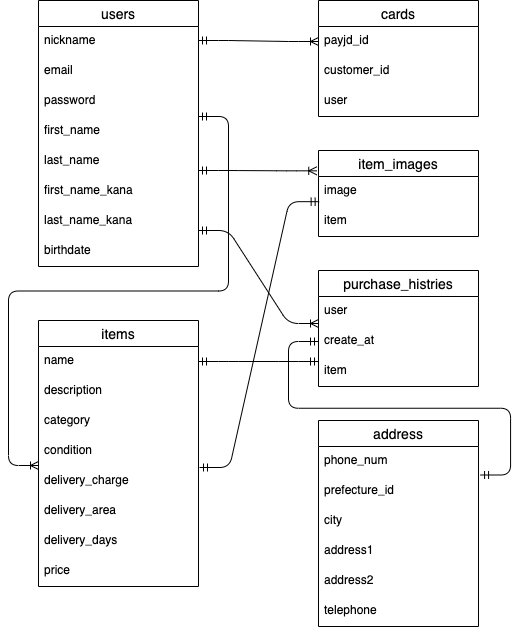
masataka-creator/furima-29611 keeps this draw.io diagram as ER.drawio.png. Above is the earlier version. Source tidied: cells renumbered, new cells last; positions are measured from the earlier drawing's top-left corner, leaving out a move shared by most shapes. The source it was exported from:
```xml
<mxGraphModel>
  <root>
    <mxCell id="0" />
    <mxCell id="1" parent="0" />
    <mxCell id="2" value="users" style="swimlane;fontStyle=0;horizontal=1;startSize=26;align=center;fontSize=14;" parent="1" vertex="1">
      <mxGeometry width="160" height="266" as="geometry" />
    </mxCell>
    <mxCell id="3" value="nickname" style="text;strokeColor=none;fillColor=none;spacingLeft=4;spacingRight=4;overflow=hidden;fontSize=12;" parent="2" vertex="1">
      <mxGeometry y="26" width="160" height="30" as="geometry" />
    </mxCell>
    <mxCell id="4" value="email" style="text;strokeColor=none;fillColor=none;spacingLeft=4;spacingRight=4;overflow=hidden;fontSize=12;" parent="2" vertex="1">
      <mxGeometry y="56" width="160" height="30" as="geometry" />
    </mxCell>
    <mxCell id="5" value="password" style="text;strokeColor=none;fillColor=none;spacingLeft=4;spacingRight=4;overflow=hidden;fontSize=12;" parent="2" vertex="1">
      <mxGeometry y="86" width="160" height="30" as="geometry" />
    </mxCell>
    <mxCell id="6" value="first_name" style="text;strokeColor=none;fillColor=none;spacingLeft=4;spacingRight=4;overflow=hidden;fontSize=12;" parent="2" vertex="1">
      <mxGeometry y="116" width="160" height="30" as="geometry" />
    </mxCell>
    <mxCell id="7" value="last_name" style="text;strokeColor=none;fillColor=none;spacingLeft=4;spacingRight=4;overflow=hidden;fontSize=12;" parent="2" vertex="1">
      <mxGeometry y="146" width="160" height="30" as="geometry" />
    </mxCell>
    <mxCell id="8" value="first_name_kana" style="text;strokeColor=none;fillColor=none;spacingLeft=4;spacingRight=4;overflow=hidden;fontSize=12;" parent="2" vertex="1">
      <mxGeometry y="176" width="160" height="30" as="geometry" />
    </mxCell>
    <mxCell id="9" value="last_name_kana" style="text;strokeColor=none;fillColor=none;spacingLeft=4;spacingRight=4;overflow=hidden;fontSize=12;" parent="2" vertex="1">
      <mxGeometry y="206" width="160" height="30" as="geometry" />
    </mxCell>
    <mxCell id="10" value="birthdate" style="text;strokeColor=none;fillColor=none;spacingLeft=4;spacingRight=4;overflow=hidden;fontSize=12;" parent="2" vertex="1">
      <mxGeometry y="236" width="160" height="30" as="geometry" />
    </mxCell>
    <mxCell id="11" value="cards" style="swimlane;fontStyle=0;horizontal=1;startSize=26;align=center;fontSize=14;" parent="1" vertex="1">
      <mxGeometry x="280" width="160" height="116" as="geometry" />
    </mxCell>
    <mxCell id="12" value="payjd_id" style="text;strokeColor=none;fillColor=none;spacingLeft=4;spacingRight=4;overflow=hidden;points=[[0,0.5],[1,0.5]];portConstraint=eastwest;fontSize=12;" parent="11" vertex="1">
      <mxGeometry y="26" width="160" height="30" as="geometry" />
    </mxCell>
    <mxCell id="13" value="customer_id" style="text;strokeColor=none;fillColor=none;spacingLeft=4;spacingRight=4;overflow=hidden;fontSize=12;" parent="11" vertex="1">
      <mxGeometry y="56" width="160" height="30" as="geometry" />
    </mxCell>
    <mxCell id="14" value="user" style="text;strokeColor=none;fillColor=none;spacingLeft=4;spacingRight=4;overflow=hidden;fontSize=12;" parent="11" vertex="1">
      <mxGeometry y="86" width="160" height="30" as="geometry" />
    </mxCell>
    <mxCell id="15" value="items" style="swimlane;fontStyle=0;horizontal=1;startSize=26;align=center;fontSize=14;" parent="1" vertex="1">
      <mxGeometry y="320" width="160" height="266" as="geometry" />
    </mxCell>
    <mxCell id="16" value="name" style="text;strokeColor=none;fillColor=none;spacingLeft=4;spacingRight=4;overflow=hidden;points=[[0,0.5],[1,0.5]];portConstraint=eastwest;fontSize=12;" parent="15" vertex="1">
      <mxGeometry y="26" width="160" height="30" as="geometry" />
    </mxCell>
    <mxCell id="17" value="description" style="text;strokeColor=none;fillColor=none;spacingLeft=4;spacingRight=4;overflow=hidden;fontSize=12;" parent="15" vertex="1">
      <mxGeometry y="56" width="160" height="30" as="geometry" />
    </mxCell>
    <mxCell id="18" value="category" style="text;strokeColor=none;fillColor=none;spacingLeft=4;spacingRight=4;overflow=hidden;fontSize=12;" parent="15" vertex="1">
      <mxGeometry y="86" width="160" height="30" as="geometry" />
    </mxCell>
    <mxCell id="19" value="condition" style="text;strokeColor=none;fillColor=none;spacingLeft=4;spacingRight=4;overflow=hidden;points=[[0,0.5],[1,0.5]];portConstraint=eastwest;fontSize=12;" parent="15" vertex="1">
      <mxGeometry y="116" width="160" height="30" as="geometry" />
    </mxCell>
    <mxCell id="20" value="delivery_charge" style="text;strokeColor=none;fillColor=none;spacingLeft=4;spacingRight=4;overflow=hidden;fontSize=12;" parent="15" vertex="1">
      <mxGeometry y="146" width="160" height="30" as="geometry" />
    </mxCell>
    <mxCell id="21" value="delivery_area" style="text;strokeColor=none;fillColor=none;spacingLeft=4;spacingRight=4;overflow=hidden;fontSize=12;" parent="15" vertex="1">
      <mxGeometry y="176" width="160" height="30" as="geometry" />
    </mxCell>
    <mxCell id="22" value="delivery_days" style="text;strokeColor=none;fillColor=none;spacingLeft=4;spacingRight=4;overflow=hidden;fontSize=12;" parent="15" vertex="1">
      <mxGeometry y="206" width="160" height="30" as="geometry" />
    </mxCell>
    <mxCell id="23" value="price" style="text;strokeColor=none;fillColor=none;spacingLeft=4;spacingRight=4;overflow=hidden;fontSize=12;" parent="15" vertex="1">
      <mxGeometry y="236" width="160" height="30" as="geometry" />
    </mxCell>
    <mxCell id="24" value="item_images" style="swimlane;fontStyle=0;horizontal=1;startSize=26;align=center;fontSize=14;" parent="1" vertex="1">
      <mxGeometry x="280" y="150" width="160" height="86" as="geometry" />
    </mxCell>
    <mxCell id="25" value="image" style="text;strokeColor=none;fillColor=none;spacingLeft=4;spacingRight=4;overflow=hidden;points=[[0,0.5],[1,0.5]];portConstraint=eastwest;fontSize=12;" parent="24" vertex="1">
      <mxGeometry y="26" width="160" height="30" as="geometry" />
    </mxCell>
    <mxCell id="26" value="item" style="text;strokeColor=none;fillColor=none;spacingLeft=4;spacingRight=4;overflow=hidden;fontSize=12;" parent="24" vertex="1">
      <mxGeometry y="56" width="160" height="30" as="geometry" />
    </mxCell>
    <mxCell id="27" value="purchase_histries" style="swimlane;fontStyle=0;horizontal=1;startSize=26;align=center;fontSize=14;" parent="1" vertex="1">
      <mxGeometry x="280" y="270" width="160" height="116" as="geometry" />
    </mxCell>
    <mxCell id="28" value="user" style="text;strokeColor=none;fillColor=none;spacingLeft=4;spacingRight=4;overflow=hidden;points=[[0,0.5],[1,0.5]];portConstraint=eastwest;fontSize=12;" parent="27" vertex="1">
      <mxGeometry y="26" width="160" height="30" as="geometry" />
    </mxCell>
    <mxCell id="29" style="edgeStyle=entityRelationEdgeStyle;fontSize=12;html=1;endArrow=ERoneToMany;startArrow=ERmandOne;" parent="27" edge="1">
      <mxGeometry relative="1" as="geometry">
        <mxPoint x="-120" y="-40" as="sourcePoint" />
        <mxPoint y="53" as="targetPoint" />
      </mxGeometry>
    </mxCell>
    <mxCell id="30" value="create_at" style="text;strokeColor=none;fillColor=none;spacingLeft=4;spacingRight=4;overflow=hidden;points=[[0,0.5],[1,0.5]];portConstraint=eastwest;fontSize=12;" parent="27" vertex="1">
      <mxGeometry y="56" width="160" height="30" as="geometry" />
    </mxCell>
    <mxCell id="31" value="item" style="text;strokeColor=none;fillColor=none;spacingLeft=4;spacingRight=4;overflow=hidden;points=[[0,0.5],[1,0.5]];portConstraint=eastwest;fontSize=12;" parent="27" vertex="1">
      <mxGeometry y="86" width="160" height="30" as="geometry" />
    </mxCell>
    <mxCell id="32" style="edgeStyle=entityRelationEdgeStyle;fontSize=12;html=1;endArrow=ERoneToMany;startArrow=ERmandOne;entryX=0;entryY=0.5;entryDx=0;entryDy=0;" parent="1" edge="1" target="12">
      <mxGeometry relative="1" as="geometry">
        <mxPoint x="160" y="40" as="sourcePoint" />
      </mxGeometry>
    </mxCell>
    <mxCell id="33" style="edgeStyle=entityRelationEdgeStyle;fontSize=12;html=1;endArrow=ERmandOne;startArrow=ERmandOne;entryX=0.004;entryY=0.839;entryDx=0;entryDy=0;entryPerimeter=0;" parent="1" edge="1" target="25">
      <mxGeometry relative="1" as="geometry">
        <mxPoint x="161" y="467" as="sourcePoint" />
      </mxGeometry>
    </mxCell>
    <mxCell id="34" style="edgeStyle=entityRelationEdgeStyle;fontSize=12;html=1;endArrow=ERoneToMany;startArrow=ERmandOne;" parent="1" edge="1">
      <mxGeometry relative="1" as="geometry">
        <mxPoint x="160" y="116" as="sourcePoint" />
        <mxPoint y="465" as="targetPoint" />
      </mxGeometry>
    </mxCell>
    <mxCell id="35" style="edgeStyle=entityRelationEdgeStyle;fontSize=12;html=1;endArrow=ERoneToMany;startArrow=ERmandOne;entryX=-0.011;entryY=-0.189;entryDx=0;entryDy=0;entryPerimeter=0;" parent="1" edge="1" target="25">
      <mxGeometry relative="1" as="geometry">
        <mxPoint x="160" y="170" as="sourcePoint" />
      </mxGeometry>
    </mxCell>
    <mxCell id="36" style="edgeStyle=entityRelationEdgeStyle;fontSize=12;html=1;endArrow=ERmandOne;startArrow=ERmandOne;exitX=1;exitY=0.5;exitDx=0;exitDy=0;entryX=0;entryY=0.167;entryDx=0;entryDy=0;entryPerimeter=0;" parent="1" edge="1" source="16" target="31">
      <mxGeometry relative="1" as="geometry" />
    </mxCell>
    <mxCell id="37" value="address" style="swimlane;fontStyle=0;horizontal=1;startSize=26;align=center;fontSize=14;" parent="1" vertex="1">
      <mxGeometry x="280" y="420" width="160" height="206" as="geometry" />
    </mxCell>
    <mxCell id="38" value="phone_num" style="text;strokeColor=none;fillColor=none;spacingLeft=4;spacingRight=4;overflow=hidden;points=[[0,0.5],[1,0.5]];portConstraint=eastwest;fontSize=12;" parent="37" vertex="1">
      <mxGeometry y="26" width="160" height="30" as="geometry" />
    </mxCell>
    <mxCell id="39" value="prefecture_id" style="text;strokeColor=none;fillColor=none;spacingLeft=4;spacingRight=4;overflow=hidden;points=[[0,0.5],[1,0.5]];portConstraint=eastwest;fontSize=12;" parent="37" vertex="1">
      <mxGeometry y="56" width="160" height="30" as="geometry" />
    </mxCell>
    <mxCell id="40" value="city" style="text;strokeColor=none;fillColor=none;spacingLeft=4;spacingRight=4;overflow=hidden;fontSize=12;" parent="37" vertex="1">
      <mxGeometry y="86" width="160" height="30" as="geometry" />
    </mxCell>
    <mxCell id="41" value="address1" style="text;strokeColor=none;fillColor=none;spacingLeft=4;spacingRight=4;overflow=hidden;fontSize=12;" parent="37" vertex="1">
      <mxGeometry y="116" width="160" height="30" as="geometry" />
    </mxCell>
    <mxCell id="42" value="address2" style="text;strokeColor=none;fillColor=none;spacingLeft=4;spacingRight=4;overflow=hidden;fontSize=12;" parent="37" vertex="1">
      <mxGeometry y="146" width="160" height="30" as="geometry" />
    </mxCell>
    <mxCell id="43" value="telephone" style="text;strokeColor=none;fillColor=none;spacingLeft=4;spacingRight=4;overflow=hidden;fontSize=12;" parent="37" vertex="1">
      <mxGeometry y="176" width="160" height="30" as="geometry" />
    </mxCell>
    <mxCell id="44" style="edgeStyle=entityRelationEdgeStyle;fontSize=12;html=1;endArrow=ERmandOne;startArrow=ERmandOne;exitX=1.013;exitY=0.95;exitDx=0;exitDy=0;exitPerimeter=0;entryX=0;entryY=0.5;entryDx=0;entryDy=0;" parent="1" edge="1" source="38" target="30">
      <mxGeometry relative="1" as="geometry" />
    </mxCell>
  </root>
</mxGraphModel>
```
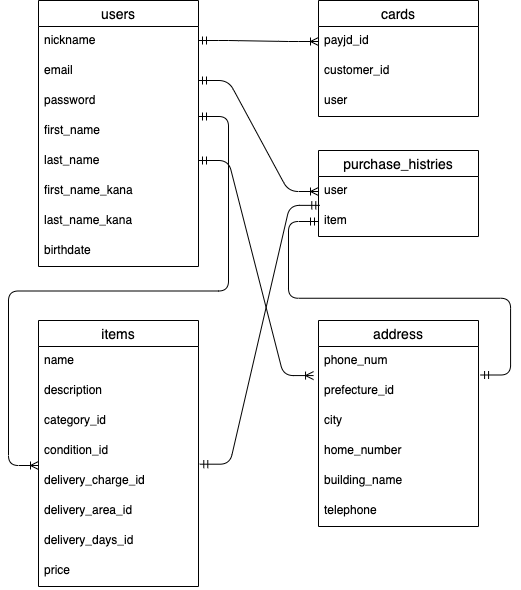
After the change.

The edit, as a diff of the source:
```diff
@@ -50,77 +50,45 @@
     <mxCell id="17" value="description" style="text;strokeColor=none;fillColor=none;spacingLeft=4;spacingRight=4;overflow=hidden;fontSize=12;" parent="15" vertex="1">
       <mxGeometry y="56" width="160" height="30" as="geometry" />
     </mxCell>
-    <mxCell id="18" value="category" style="text;strokeColor=none;fillColor=none;spacingLeft=4;spacingRight=4;overflow=hidden;fontSize=12;" parent="15" vertex="1">
+    <mxCell id="18" value="category_id" style="text;strokeColor=none;fillColor=none;spacingLeft=4;spacingRight=4;overflow=hidden;fontSize=12;" parent="15" vertex="1">
       <mxGeometry y="86" width="160" height="30" as="geometry" />
     </mxCell>
-    <mxCell id="19" value="condition" style="text;strokeColor=none;fillColor=none;spacingLeft=4;spacingRight=4;overflow=hidden;points=[[0,0.5],[1,0.5]];portConstraint=eastwest;fontSize=12;" parent="15" vertex="1">
+    <mxCell id="19" value="condition_id" style="text;strokeColor=none;fillColor=none;spacingLeft=4;spacingRight=4;overflow=hidden;points=[[0,0.5],[1,0.5]];portConstraint=eastwest;fontSize=12;" parent="15" vertex="1">
       <mxGeometry y="116" width="160" height="30" as="geometry" />
     </mxCell>
-    <mxCell id="20" value="delivery_charge" style="text;strokeColor=none;fillColor=none;spacingLeft=4;spacingRight=4;overflow=hidden;fontSize=12;" parent="15" vertex="1">
+    <mxCell id="20" value="delivery_charge_id" style="text;strokeColor=none;fillColor=none;spacingLeft=4;spacingRight=4;overflow=hidden;fontSize=12;" parent="15" vertex="1">
       <mxGeometry y="146" width="160" height="30" as="geometry" />
     </mxCell>
-    <mxCell id="21" value="delivery_area" style="text;strokeColor=none;fillColor=none;spacingLeft=4;spacingRight=4;overflow=hidden;fontSize=12;" parent="15" vertex="1">
+    <mxCell id="21" value="delivery_area_id" style="text;strokeColor=none;fillColor=none;spacingLeft=4;spacingRight=4;overflow=hidden;fontSize=12;" parent="15" vertex="1">
       <mxGeometry y="176" width="160" height="30" as="geometry" />
     </mxCell>
-    <mxCell id="22" value="delivery_days" style="text;strokeColor=none;fillColor=none;spacingLeft=4;spacingRight=4;overflow=hidden;fontSize=12;" parent="15" vertex="1">
+    <mxCell id="22" value="delivery_days_id" style="text;strokeColor=none;fillColor=none;spacingLeft=4;spacingRight=4;overflow=hidden;fontSize=12;" parent="15" vertex="1">
       <mxGeometry y="206" width="160" height="30" as="geometry" />
     </mxCell>
     <mxCell id="23" value="price" style="text;strokeColor=none;fillColor=none;spacingLeft=4;spacingRight=4;overflow=hidden;fontSize=12;" parent="15" vertex="1">
       <mxGeometry y="236" width="160" height="30" as="geometry" />
     </mxCell>
-    <mxCell id="24" value="item_images" style="swimlane;fontStyle=0;horizontal=1;startSize=26;align=center;fontSize=14;" parent="1" vertex="1">
-      <mxGeometry x="280" y="150" width="160" height="86" as="geometry" />
-    </mxCell>
-    <mxCell id="25" value="image" style="text;strokeColor=none;fillColor=none;spacingLeft=4;spacingRight=4;overflow=hidden;points=[[0,0.5],[1,0.5]];portConstraint=eastwest;fontSize=12;" parent="24" vertex="1">
-      <mxGeometry y="26" width="160" height="30" as="geometry" />
-    </mxCell>
-    <mxCell id="26" value="item" style="text;strokeColor=none;fillColor=none;spacingLeft=4;spacingRight=4;overflow=hidden;fontSize=12;" parent="24" vertex="1">
-      <mxGeometry y="56" width="160" height="30" as="geometry" />
-    </mxCell>
-    <mxCell id="27" value="purchase_histries" style="swimlane;fontStyle=0;horizontal=1;startSize=26;align=center;fontSize=14;" parent="1" vertex="1">
-      <mxGeometry x="280" y="270" width="160" height="116" as="geometry" />
-    </mxCell>
-    <mxCell id="28" value="user" style="text;strokeColor=none;fillColor=none;spacingLeft=4;spacingRight=4;overflow=hidden;points=[[0,0.5],[1,0.5]];portConstraint=eastwest;fontSize=12;" parent="27" vertex="1">
-      <mxGeometry y="26" width="160" height="30" as="geometry" />
-    </mxCell>
-    <mxCell id="29" style="edgeStyle=entityRelationEdgeStyle;fontSize=12;html=1;endArrow=ERoneToMany;startArrow=ERmandOne;" parent="27" edge="1">
-      <mxGeometry relative="1" as="geometry">
-        <mxPoint x="-120" y="-40" as="sourcePoint" />
-        <mxPoint y="53" as="targetPoint" />
-      </mxGeometry>
-    </mxCell>
-    <mxCell id="30" value="create_at" style="text;strokeColor=none;fillColor=none;spacingLeft=4;spacingRight=4;overflow=hidden;points=[[0,0.5],[1,0.5]];portConstraint=eastwest;fontSize=12;" parent="27" vertex="1">
-      <mxGeometry y="56" width="160" height="30" as="geometry" />
-    </mxCell>
-    <mxCell id="31" value="item" style="text;strokeColor=none;fillColor=none;spacingLeft=4;spacingRight=4;overflow=hidden;points=[[0,0.5],[1,0.5]];portConstraint=eastwest;fontSize=12;" parent="27" vertex="1">
-      <mxGeometry y="86" width="160" height="30" as="geometry" />
-    </mxCell>
     <mxCell id="32" style="edgeStyle=entityRelationEdgeStyle;fontSize=12;html=1;endArrow=ERoneToMany;startArrow=ERmandOne;entryX=0;entryY=0.5;entryDx=0;entryDy=0;" parent="1" edge="1" target="12">
       <mxGeometry relative="1" as="geometry">
         <mxPoint x="160" y="40" as="sourcePoint" />
       </mxGeometry>
     </mxCell>
-    <mxCell id="33" style="edgeStyle=entityRelationEdgeStyle;fontSize=12;html=1;endArrow=ERmandOne;startArrow=ERmandOne;entryX=0.004;entryY=0.839;entryDx=0;entryDy=0;entryPerimeter=0;" parent="1" edge="1" target="25">
-      <mxGeometry relative="1" as="geometry">
-        <mxPoint x="161" y="467" as="sourcePoint" />
-      </mxGeometry>
-    </mxCell>
     <mxCell id="34" style="edgeStyle=entityRelationEdgeStyle;fontSize=12;html=1;endArrow=ERoneToMany;startArrow=ERmandOne;" parent="1" edge="1">
       <mxGeometry relative="1" as="geometry">
         <mxPoint x="160" y="116" as="sourcePoint" />
         <mxPoint y="465" as="targetPoint" />
       </mxGeometry>
     </mxCell>
-    <mxCell id="35" style="edgeStyle=entityRelationEdgeStyle;fontSize=12;html=1;endArrow=ERoneToMany;startArrow=ERmandOne;entryX=-0.011;entryY=-0.189;entryDx=0;entryDy=0;entryPerimeter=0;" parent="1" edge="1" target="25">
-      <mxGeometry relative="1" as="geometry">
-        <mxPoint x="160" y="170" as="sourcePoint" />
-      </mxGeometry>
-    </mxCell>
-    <mxCell id="36" style="edgeStyle=entityRelationEdgeStyle;fontSize=12;html=1;endArrow=ERmandOne;startArrow=ERmandOne;exitX=1;exitY=0.5;exitDx=0;exitDy=0;entryX=0;entryY=0.167;entryDx=0;entryDy=0;entryPerimeter=0;" parent="1" edge="1" source="16" target="31">
+    <mxCell id="36" style="edgeStyle=entityRelationEdgeStyle;fontSize=12;html=1;endArrow=ERmandOne;startArrow=ERmandOne;exitX=1.008;exitY=0.923;exitDx=0;exitDy=0;entryX=0.008;entryY=-0.038;entryDx=0;entryDy=0;entryPerimeter=0;exitPerimeter=0;" parent="1" edge="1" source="19" target="31">
       <mxGeometry relative="1" as="geometry" />
     </mxCell>
+    <mxCell id="44" style="edgeStyle=entityRelationEdgeStyle;fontSize=12;html=1;endArrow=ERmandOne;startArrow=ERmandOne;exitX=1.013;exitY=0.95;exitDx=0;exitDy=0;exitPerimeter=0;entryX=0;entryY=0.5;entryDx=0;entryDy=0;" parent="1" edge="1" source="38">
+      <mxGeometry relative="1" as="geometry">
+        <mxPoint x="280" y="221" as="targetPoint" />
+      </mxGeometry>
+    </mxCell>
     <mxCell id="37" value="address" style="swimlane;fontStyle=0;horizontal=1;startSize=26;align=center;fontSize=14;" parent="1" vertex="1">
-      <mxGeometry x="280" y="420" width="160" height="206" as="geometry" />
+      <mxGeometry x="280" y="320" width="160" height="206" as="geometry" />
     </mxCell>
     <mxCell id="38" value="phone_num" style="text;strokeColor=none;fillColor=none;spacingLeft=4;spacingRight=4;overflow=hidden;points=[[0,0.5],[1,0.5]];portConstraint=eastwest;fontSize=12;" parent="37" vertex="1">
       <mxGeometry y="26" width="160" height="30" as="geometry" />
@@ -131,17 +99,33 @@
     <mxCell id="40" value="city" style="text;strokeColor=none;fillColor=none;spacingLeft=4;spacingRight=4;overflow=hidden;fontSize=12;" parent="37" vertex="1">
       <mxGeometry y="86" width="160" height="30" as="geometry" />
     </mxCell>
-    <mxCell id="41" value="address1" style="text;strokeColor=none;fillColor=none;spacingLeft=4;spacingRight=4;overflow=hidden;fontSize=12;" parent="37" vertex="1">
+    <mxCell id="41" value="home_number" style="text;strokeColor=none;fillColor=none;spacingLeft=4;spacingRight=4;overflow=hidden;fontSize=12;" parent="37" vertex="1">
       <mxGeometry y="116" width="160" height="30" as="geometry" />
     </mxCell>
-    <mxCell id="42" value="address2" style="text;strokeColor=none;fillColor=none;spacingLeft=4;spacingRight=4;overflow=hidden;fontSize=12;" parent="37" vertex="1">
+    <mxCell id="42" value="building_name" style="text;strokeColor=none;fillColor=none;spacingLeft=4;spacingRight=4;overflow=hidden;fontSize=12;" parent="37" vertex="1">
       <mxGeometry y="146" width="160" height="30" as="geometry" />
     </mxCell>
     <mxCell id="43" value="telephone" style="text;strokeColor=none;fillColor=none;spacingLeft=4;spacingRight=4;overflow=hidden;fontSize=12;" parent="37" vertex="1">
       <mxGeometry y="176" width="160" height="30" as="geometry" />
     </mxCell>
-    <mxCell id="44" style="edgeStyle=entityRelationEdgeStyle;fontSize=12;html=1;endArrow=ERmandOne;startArrow=ERmandOne;exitX=1.013;exitY=0.95;exitDx=0;exitDy=0;exitPerimeter=0;entryX=0;entryY=0.5;entryDx=0;entryDy=0;" parent="1" edge="1" source="38" target="30">
-      <mxGeometry relative="1" as="geometry" />
-    </mxCell>
+    <mxCell id="27" value="purchase_histries" style="swimlane;fontStyle=0;horizontal=1;startSize=26;align=center;fontSize=14;" parent="1" vertex="1">
+      <mxGeometry x="280" y="150" width="160" height="86" as="geometry" />
+    </mxCell>
+    <mxCell id="28" value="user" style="text;strokeColor=none;fillColor=none;spacingLeft=4;spacingRight=4;overflow=hidden;points=[[0,0.5],[1,0.5]];portConstraint=eastwest;fontSize=12;" parent="27" vertex="1">
+      <mxGeometry y="26" width="160" height="30" as="geometry" />
+    </mxCell>
+    <mxCell id="31" value="item" style="text;strokeColor=none;fillColor=none;spacingLeft=4;spacingRight=4;overflow=hidden;points=[[0,0.5],[1,0.5]];portConstraint=eastwest;fontSize=12;" parent="27" vertex="1">
+      <mxGeometry y="56" width="160" height="30" as="geometry" />
+    </mxCell>
+    <mxCell id="29" style="edgeStyle=entityRelationEdgeStyle;fontSize=12;html=1;endArrow=ERoneToMany;startArrow=ERmandOne;entryX=0;entryY=0.5;entryDx=0;entryDy=0;" parent="1" edge="1" target="28">
+      <mxGeometry relative="1" as="geometry">
+        <mxPoint x="160" y="80" as="sourcePoint" />
+      </mxGeometry>
+    </mxCell>
+    <mxCell id="45" style="edgeStyle=entityRelationEdgeStyle;fontSize=12;html=1;endArrow=ERoneToMany;startArrow=ERmandOne;entryX=-0.031;entryY=-0.031;entryDx=0;entryDy=0;entryPerimeter=0;" parent="1" edge="1" target="39">
+      <mxGeometry relative="1" as="geometry">
+        <mxPoint x="160" y="160" as="sourcePoint" />
+      </mxGeometry>
+    </mxCell>
   </root>
 </mxGraphModel>
```
